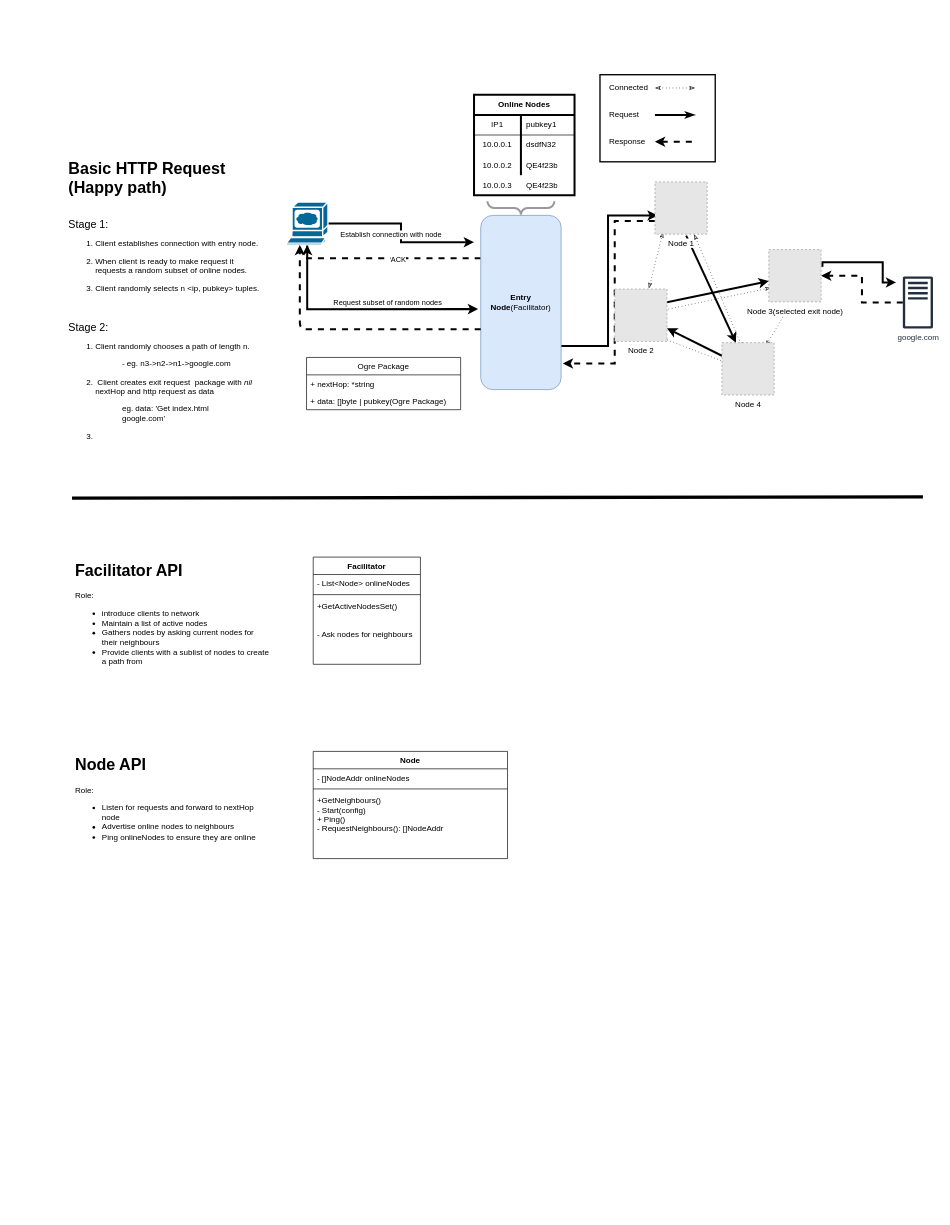
Above: documentation/OgreNetArchitecture.drawio in AdamCollins/ogre-net (draw.io), before the change. Source tidied: cells renumbered, new cells numbered last; positions are measured from the earlier drawing's top-left corner, leaving out a move shared by most shapes. Both pictures are drawn from the tidied source at 67%, with x=0, y=0 at pixel (65, 74). Pictures stored in the file or linked from it are replaced by grey dashed boxes.
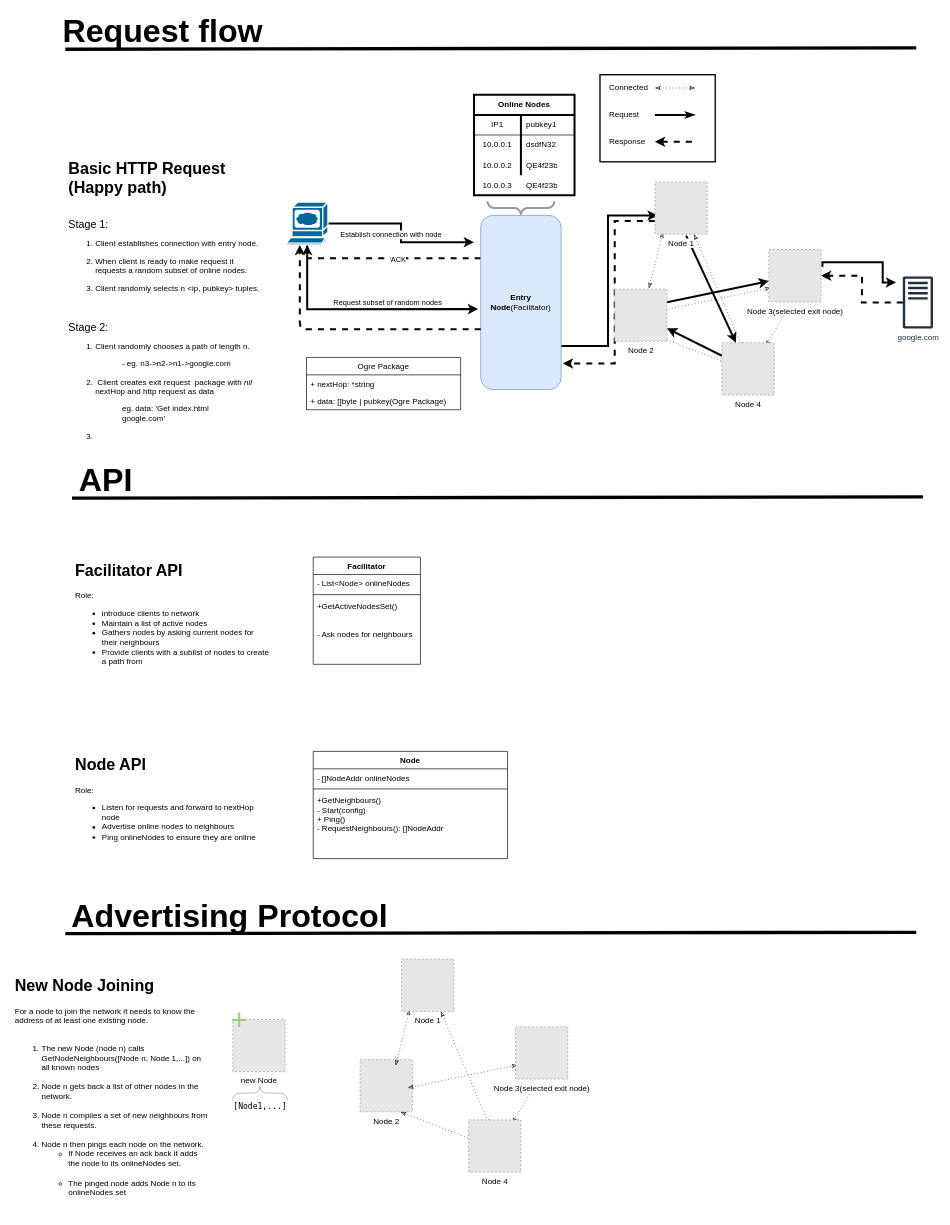
After the change.

Diff of the diagram source:
```diff
@@
+    <mxCell id="64" value="&lt;font style=&quot;font-size: 48px&quot;&gt;&lt;b&gt;API&lt;/b&gt;&lt;/font&gt;" style="text;html=1;align=center;verticalAlign=middle;strokeColor=none;" parent="1" vertex="1">
+      <mxGeometry x="10" y="590" width="100" height="30" as="geometry" />
+    </mxCell>
+    <mxCell id="65" style="endArrow=none;html=1;strokeWidth=5;" parent="1" edge="1">
+      <mxGeometry relative="1" as="geometry">
+        <mxPoint y="-38" as="sourcePoint" />
+        <mxPoint x="1270" y="-40" as="targetPoint" />
+      </mxGeometry>
+    </mxCell>
+    <mxCell id="66" value="&lt;font style=&quot;font-size: 48px&quot;&gt;&lt;b&gt;Request flow&lt;/b&gt;&lt;/font&gt;" style="text;html=1;align=center;verticalAlign=middle;strokeColor=none;" parent="1" vertex="1">
+      <mxGeometry x="-10" y="-80" width="310" height="30" as="geometry" />
+    </mxCell>
+    <mxCell id="67" style="endArrow=none;html=1;strokeWidth=5;" parent="1" edge="1">
+      <mxGeometry relative="1" as="geometry">
+        <mxPoint y="1282" as="sourcePoint" />
+        <mxPoint x="1270" y="1280" as="targetPoint" />
+      </mxGeometry>
+    </mxCell>
+    <mxCell id="68" value="&lt;font style=&quot;font-size: 48px&quot;&gt;&lt;b&gt;Advertising Protocol&lt;/b&gt;&lt;/font&gt;" style="text;html=1;align=center;verticalAlign=middle;strokeColor=none;" parent="1" vertex="1">
+      <mxGeometry y="1240" width="490" height="30" as="geometry" />
+    </mxCell>
+    <mxCell id="69" value="Node 2" style="fillColor=#E6E6E6;strokeColor=#999999;dashed=1;html=1;verticalAlign=top;verticalLabelPosition=bottom;labelBackgroundColor=#ffffff;" parent="1" vertex="1">
+      <mxGeometry x="440" y="1470" width="78" height="78" as="geometry" />
+    </mxCell>
+    <mxCell id="70" value="new Node" style="fillColor=#E6E6E6;strokeColor=#999999;dashed=1;html=1;verticalAlign=top;verticalLabelPosition=bottom;labelBackgroundColor=#ffffff;" parent="1" vertex="1">
+      <mxGeometry x="250" y="1410" width="78" height="78" as="geometry" />
+    </mxCell>
+    <mxCell id="71" style="edgeStyle=none;rounded=0;jettySize=auto;html=1;entryX=0.263;entryY=-0.025;entryDx=0;entryDy=0;entryPerimeter=0;startArrow=classicThin;startFill=0;endArrow=classicThin;endFill=0;strokeWidth=1;exitX=0.75;exitY=1;exitDx=0;exitDy=0;dashed=1;dashPattern=1 4;" parent="1" edge="1" source="77">
+      <mxGeometry relative="1" as="geometry">
+        <mxPoint x="633" y="1568" as="targetPoint" />
+      </mxGeometry>
+    </mxCell>
+    <mxCell id="72" style="edgeStyle=none;rounded=0;orthogonalLoop=1;jettySize=auto;html=1;entryX=0.688;entryY=-0.062;entryDx=0;entryDy=0;entryPerimeter=0;startArrow=classicThin;startFill=0;endArrow=classicThin;endFill=0;strokeWidth=1;dashed=1;dashPattern=1 4;" parent="1" edge="1">
+      <mxGeometry relative="1" as="geometry">
+        <mxPoint x="701.7" y="1507.5" as="sourcePoint" />
+        <mxPoint x="667" y="1565" as="targetPoint" />
+      </mxGeometry>
+    </mxCell>
+    <mxCell id="73" style="rounded=0;jettySize=auto;html=1;exitX=0.763;exitY=-0.012;exitDx=0;exitDy=0;entryX=0.154;entryY=0.962;entryDx=0;entryDy=0;entryPerimeter=0;strokeWidth=1;endArrow=classicThin;endFill=0;startArrow=classicThin;startFill=0;exitPerimeter=0;dashed=1;dashPattern=1 4;" parent="1" edge="1" target="77">
+      <mxGeometry relative="1" as="geometry">
+        <mxPoint x="493" y="1479" as="sourcePoint" />
+      </mxGeometry>
+    </mxCell>
+    <mxCell id="74" style="edgeStyle=none;rounded=0;orthogonalLoop=1;jettySize=auto;html=1;exitX=1;exitY=1;exitDx=0;exitDy=0;entryX=0;entryY=0.263;entryDx=0;entryDy=0;entryPerimeter=0;startArrow=classicThin;startFill=0;endArrow=blockThin;endFill=0;strokeWidth=1;dashed=1;dashPattern=1 4;" parent="1" edge="1">
+      <mxGeometry relative="1" as="geometry">
+        <mxPoint x="500.2" y="1548.3" as="sourcePoint" />
+        <mxPoint x="612" y="1591" as="targetPoint" />
+      </mxGeometry>
+    </mxCell>
+    <mxCell id="75" style="edgeStyle=none;rounded=0;orthogonalLoop=1;jettySize=auto;html=1;entryX=-0.087;entryY=0.563;entryDx=0;entryDy=0;entryPerimeter=0;startArrow=classicThin;startFill=0;endArrow=classicThin;endFill=0;strokeWidth=1;dashed=1;dashPattern=1 4;" parent="1" edge="1">
+      <mxGeometry relative="1" as="geometry">
+        <mxPoint x="511.2" y="1512.1" as="sourcePoint" />
+        <mxPoint x="675" y="1478" as="targetPoint" />
+      </mxGeometry>
+    </mxCell>
+    <mxCell id="76" value="Node 3(selected exit node)" style="fillColor=#E6E6E6;strokeColor=#999999;dashed=1;html=1;verticalAlign=top;verticalLabelPosition=bottom;labelBackgroundColor=#ffffff;" parent="1" vertex="1">
+      <mxGeometry x="672" y="1421" width="78" height="78" as="geometry" />
+    </mxCell>
+    <mxCell id="77" value="Node 1" style="fillColor=#E6E6E6;strokeColor=#999999;dashed=1;html=1;verticalAlign=top;verticalLabelPosition=bottom;labelBackgroundColor=#ffffff;" parent="1" vertex="1">
+      <mxGeometry x="502" y="1320" width="78" height="78" as="geometry" />
+    </mxCell>
+    <mxCell id="78" value="Node 4" style="fillColor=#E6E6E6;strokeColor=#999999;dashed=1;html=1;verticalAlign=top;verticalLabelPosition=bottom;labelBackgroundColor=#ffffff;" parent="1" vertex="1">
+      <mxGeometry x="602" y="1560" width="78" height="78" as="geometry" />
+    </mxCell>
+    <mxCell id="79" value="&lt;font style=&quot;font-size: 43px&quot;&gt;+&lt;/font&gt;" style="text;html=1;strokeColor=none;fillColor=none;align=center;verticalAlign=middle;whiteSpace=wrap;rounded=0;fontColor=#97D077;" parent="1" vertex="1">
+      <mxGeometry x="240" y="1401" width="40" height="20" as="geometry" />
+    </mxCell>
+    <mxCell id="80" value="&lt;h1&gt;New Node Joining&lt;br&gt;&lt;/h1&gt;&lt;div&gt;For a node to join the network it needs to know the address of at least one existing node.&lt;/div&gt;&lt;div&gt;&lt;br&gt;&lt;/div&gt;&lt;div&gt;&lt;ol&gt;&lt;li&gt;The new Node (node n) calls GetNodeNeighbours([Node n, Node 1,...]) on all known nodes&lt;br&gt;&lt;br&gt;&lt;/li&gt;&lt;li&gt;Node n gets back a list of other nodes in the network.&lt;br&gt;&lt;br&gt;&lt;/li&gt;&lt;li&gt;Node n compiles a set of new neighbours from these requests.&lt;br&gt;&lt;br&gt;&lt;/li&gt;&lt;li&gt;Node n then pings each node on the network.&lt;br&gt;&lt;ul&gt;&lt;li&gt;If Node receives an ack back it adds the node to its onlineNodes set.&lt;br&gt;&lt;br&gt;&lt;/li&gt;&lt;li&gt;The pinged node adds Node n to its onlineNodes set &lt;br&gt;&lt;/li&gt;&lt;/ul&gt;&lt;/li&gt;&lt;/ol&gt;&lt;/div&gt;&lt;div&gt;&lt;br&gt;&lt;/div&gt;&lt;div&gt;&lt;br&gt;&lt;/div&gt;&lt;div&gt;&lt;br&gt;&lt;/div&gt;&lt;div&gt;&lt;br&gt;&lt;/div&gt;&lt;div&gt;&lt;br&gt;&lt;/div&gt;&lt;p&gt;&lt;br&gt;&lt;/p&gt;&lt;p&gt;&lt;br&gt;&lt;/p&gt;" style="text;html=1;strokeColor=none;fillColor=none;spacing=5;spacingTop=-20;whiteSpace=wrap;overflow=hidden;rounded=0;" parent="1" vertex="1">
+      <mxGeometry x="-80" y="1340" width="300" height="360" as="geometry" />
+    </mxCell>
+    <mxCell id="81" style="verticalLabelPosition=bottom;shadow=0;dashed=0;align=center;html=1;verticalAlign=top;strokeWidth=1;shape=mxgraph.mockup.markup.curlyBrace;strokeColor=#999999;fontColor=#97D077;fillColor=none;" parent="1" vertex="1">
+      <mxGeometry x="250" y="1510" width="81" height="20" as="geometry" />
+    </mxCell>
+    <mxCell id="82" value="&lt;font face=&quot;Lucida Console&quot;&gt;[Node1,...]&lt;/font&gt;" style="text;html=1;strokeColor=none;fillColor=none;align=center;verticalAlign=middle;whiteSpace=wrap;rounded=0;" parent="1" vertex="1">
+      <mxGeometry x="245.8" y="1530" width="89.5" height="20" as="geometry" />
+    </mxCell>
```
